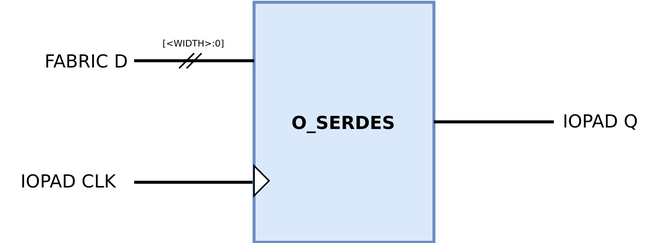
This is rapidsilicon/ip/io_configurator/v1_0/docs/O_SERDES.png from os-fpga/IP_Catalog, a draw.io export, as it was before one commit. Source tidied: cells renumbered, new cells last; positions are measured from the earlier drawing's top-left corner, leaving out a move shared by most shapes.
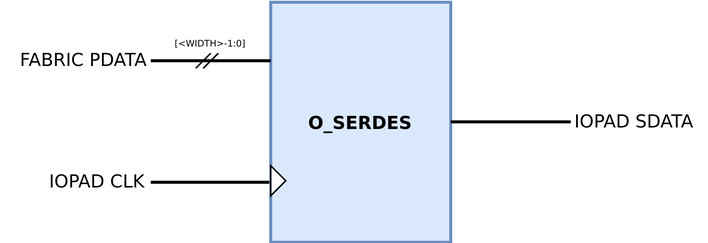
Later version of the same file.

Change to the diagram source:
```diff
@@ -2,14 +2,14 @@
   <root>
     <mxCell id="0" />
     <mxCell id="1" parent="0" />
-    <mxCell id="2" style="endArrow=none;html=1;rounded=0;endFill=0;strokeWidth=2;" parent="1" edge="1">
-      <mxGeometry relative="1" as="geometry">
-        <mxPoint x="89" y="120" as="sourcePoint" />
-        <mxPoint x="169" y="120" as="targetPoint" />
-      </mxGeometry>
-    </mxCell>
+    <mxCell id="13" style="endArrow=none;html=1;rounded=0;endFill=0;strokeWidth=2;" parent="1" edge="1">
+      <mxGeometry relative="1" as="geometry">
+        <mxPoint x="89" y="120" as="sourcePoint" />
+        <mxPoint x="169" y="120" as="targetPoint" />
+      </mxGeometry>
+    </mxCell>
     <mxCell id="3" value="IOPAD CLK" style="text;html=1;align=center;verticalAlign=middle;strokeColor=none;fillColor=none;strokeWidth=1;" parent="1" vertex="1">
-      <mxGeometry y="104" width="90" height="30" as="geometry" />
+      <mxGeometry x="8" y="104" width="90" height="30" as="geometry" />
     </mxCell>
     <mxCell id="4" value="&lt;b&gt;O_SERDES&lt;/b&gt;" style="rounded=0;whiteSpace=wrap;html=1;fillColor=#dae8fc;strokeColor=#6c8ebf;strokeWidth=2;" parent="1" vertex="1">
       <mxGeometry x="169" width="120" height="160" as="geometry" />
@@ -17,38 +17,38 @@
     <mxCell id="5" style="triangle;whiteSpace=wrap;html=1;" parent="1" vertex="1">
       <mxGeometry x="169" y="109" width="10" height="20" as="geometry" />
     </mxCell>
-    <mxCell id="6" style="endArrow=none;html=1;rounded=0;endFill=0;strokeWidth=2;" parent="1" edge="1">
-      <mxGeometry relative="1" as="geometry">
-        <mxPoint x="89" y="39" as="sourcePoint" />
-        <mxPoint x="169" y="39" as="targetPoint" />
-      </mxGeometry>
-    </mxCell>
-    <mxCell id="7" value="FABRIC D" style="text;html=1;align=center;verticalAlign=middle;strokeColor=none;fillColor=none;strokeWidth=1;" parent="1" vertex="1">
-      <mxGeometry x="17" y="24" width="80" height="30" as="geometry" />
-    </mxCell>
-    <mxCell id="8" style="endArrow=none;html=1;rounded=0;endFill=0;strokeWidth=2;" parent="1" edge="1">
-      <mxGeometry relative="1" as="geometry">
-        <mxPoint x="289" y="79.8" as="sourcePoint" />
-        <mxPoint x="369" y="79.8" as="targetPoint" />
-      </mxGeometry>
-    </mxCell>
-    <mxCell id="9" value="IOPAD Q" style="text;html=1;align=center;verticalAlign=middle;strokeColor=none;fillColor=none;" parent="1" vertex="1">
-      <mxGeometry x="365" y="64" width="70" height="30" as="geometry" />
-    </mxCell>
-    <mxCell id="10" style="endArrow=none;html=1;rounded=0;" parent="1" edge="1">
-      <mxGeometry relative="1" as="geometry">
-        <mxPoint x="119" y="44" as="sourcePoint" />
-        <mxPoint x="129" y="34" as="targetPoint" />
-      </mxGeometry>
-    </mxCell>
-    <mxCell id="11" style="endArrow=none;html=1;rounded=0;" parent="1" edge="1">
-      <mxGeometry relative="1" as="geometry">
-        <mxPoint x="124" y="44" as="sourcePoint" />
-        <mxPoint x="134" y="34" as="targetPoint" />
-      </mxGeometry>
-    </mxCell>
-    <mxCell id="12" value="&lt;font style=&quot;font-size: 6px;&quot;&gt;[&amp;lt;WIDTH&amp;gt;:0]&lt;/font&gt;" style="text;html=1;align=center;verticalAlign=middle;whiteSpace=wrap;rounded=0;" parent="1" vertex="1">
-      <mxGeometry x="99" y="10" width="60" height="30" as="geometry" />
-    </mxCell>
+    <mxCell id="14" style="endArrow=none;html=1;rounded=0;endFill=0;strokeWidth=2;" parent="1" edge="1">
+      <mxGeometry relative="1" as="geometry">
+        <mxPoint x="89" y="39" as="sourcePoint" />
+        <mxPoint x="169" y="39" as="targetPoint" />
+      </mxGeometry>
+    </mxCell>
+    <mxCell id="15" value="FABRIC PDATA" style="text;html=1;align=center;verticalAlign=middle;strokeColor=none;fillColor=none;strokeWidth=1;" parent="1" vertex="1">
+      <mxGeometry x="-11" y="23" width="110" height="30" as="geometry" />
+    </mxCell>
+    <mxCell id="16" style="endArrow=none;html=1;rounded=0;endFill=0;strokeWidth=2;" parent="1" edge="1">
+      <mxGeometry relative="1" as="geometry">
+        <mxPoint x="289" y="79.8" as="sourcePoint" />
+        <mxPoint x="369" y="79.8" as="targetPoint" />
+      </mxGeometry>
+    </mxCell>
+    <mxCell id="17" value="IOPAD SDATA" style="text;html=1;align=center;verticalAlign=middle;strokeColor=none;fillColor=none;" parent="1" vertex="1">
+      <mxGeometry x="361" y="64" width="100" height="30" as="geometry" />
+    </mxCell>
+    <mxCell id="18" style="endArrow=none;html=1;rounded=0;" parent="1" edge="1">
+      <mxGeometry relative="1" as="geometry">
+        <mxPoint x="119" y="44" as="sourcePoint" />
+        <mxPoint x="129" y="34" as="targetPoint" />
+      </mxGeometry>
+    </mxCell>
+    <mxCell id="19" style="endArrow=none;html=1;rounded=0;" parent="1" edge="1">
+      <mxGeometry relative="1" as="geometry">
+        <mxPoint x="124" y="44" as="sourcePoint" />
+        <mxPoint x="134" y="34" as="targetPoint" />
+      </mxGeometry>
+    </mxCell>
+    <mxCell id="20" value="&lt;font style=&quot;font-size: 6px;&quot;&gt;[&amp;lt;WIDTH&amp;gt;-1:0]&lt;/font&gt;" style="text;html=1;align=center;verticalAlign=middle;whiteSpace=wrap;rounded=0;" parent="1" vertex="1">
+      <mxGeometry x="99" y="10" width="60" height="30" as="geometry" />
+    </mxCell>
   </root>
 </mxGraphModel>
```
